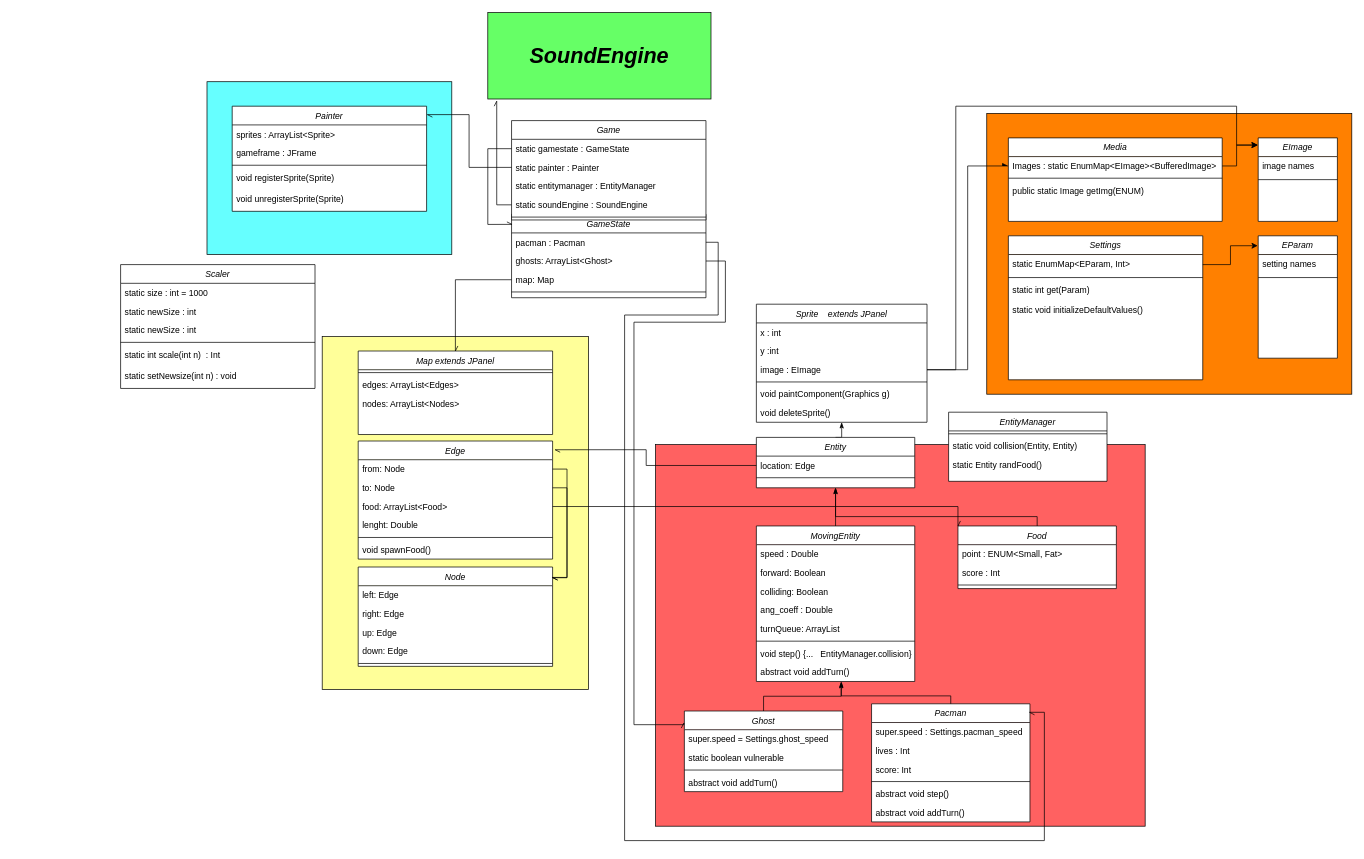
Before: ClassDiagram.drawio in cerfedino/SwingPacman, a draw.io diagram. Source tidied: cells renumbered, new cells numbered last; positions are measured from the earlier drawing's top-left corner, leaving out a move shared by most shapes. Both pictures are drawn from the tidied source at 72%, with x=0, y=0 at pixel (120, 12).
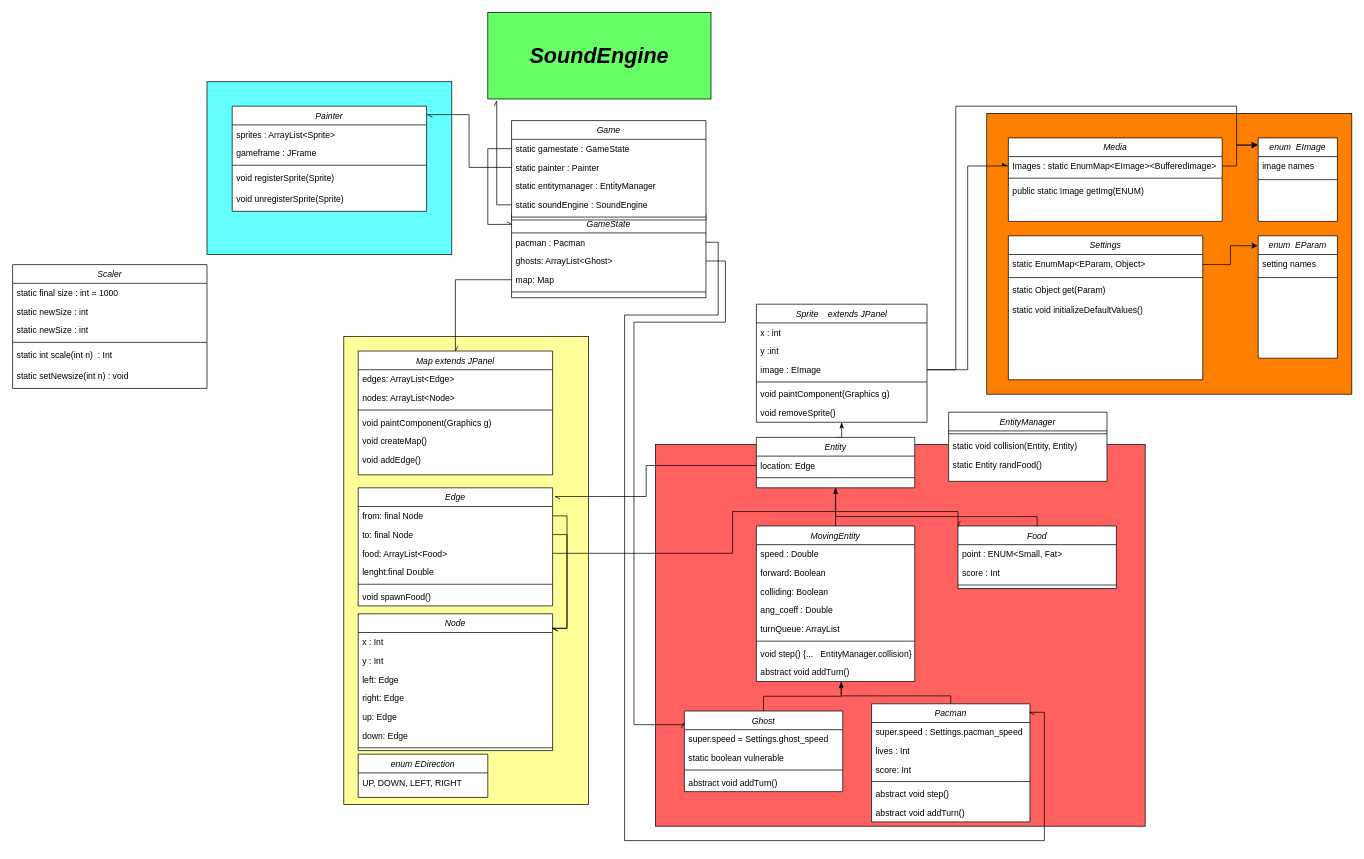
The same diagram, later.

The change refers to these unchanged cells:
```xml
<mxCell id="5" value="Sprite    extends JPanel" style="swimlane;fontStyle=2;align=center;verticalAlign=top;horizontal=1;startSize=26;rounded=0;shadow=0;strokeWidth=1;swimlaneFillColor=#ffffff;" parent="1" vertex="1">
  <mxGeometry x="883" y="405" width="237" height="164" as="geometry" />
</mxCell>
<mxCell id="47" value="location: Edge" style="text;align=left;verticalAlign=top;spacingLeft=4;spacingRight=4;overflow=hidden;points=[[0,0.5],[1,0.5]];portConstraint=eastwest;rounded=0;shadow=0;html=0;" parent="46" vertex="1">
  <mxGeometry y="26" width="220" height="26" as="geometry" />
</mxCell>
<mxCell id="50" value="Food" style="swimlane;fontStyle=2;align=center;verticalAlign=top;horizontal=1;startSize=26;rounded=0;shadow=0;strokeWidth=1;swimlaneFillColor=#ffffff;" parent="1" vertex="1">
  <mxGeometry x="1163" y="713" width="220" height="87" as="geometry" />
</mxCell>
<mxCell id="54" value="Settings" style="swimlane;fontStyle=2;align=center;verticalAlign=top;horizontal=1;startSize=26;rounded=0;shadow=0;strokeWidth=1;swimlaneFillColor=#ffffff;" parent="1" vertex="1">
  <mxGeometry x="1233" y="310" width="270" height="200" as="geometry" />
</mxCell>
<mxCell id="71" value="food: ArrayList&lt;Food&gt;" style="text;align=left;verticalAlign=top;spacingLeft=4;spacingRight=4;overflow=hidden;points=[[0,0.5],[1,0.5]];portConstraint=eastwest;" parent="68" vertex="1">
  <mxGeometry y="78" width="270" height="26" as="geometry" />
</mxCell>
```

What changed in the source:
```diff
@@
     <mxCell id="4" style="rounded=0;whiteSpace=wrap;html=1;fillColor=#FFFF99;" parent="1" vertex="1">
-      <mxGeometry x="280" y="450" width="370" height="490" as="geometry" />
+      <mxGeometry x="310" y="450" width="340" height="650" as="geometry" />
     </mxCell>
@@
-    <mxCell id="11" value="void deleteSprite()" style="text;align=left;verticalAlign=top;spacingLeft=4;spacingRight=4;overflow=hidden;rounded=0;shadow=0;html=0;" parent="5" vertex="1">
+    <mxCell id="11" value="void removeSprite()" style="text;align=left;verticalAlign=top;spacingLeft=4;spacingRight=4;overflow=hidden;rounded=0;shadow=0;html=0;" parent="5" vertex="1">
       <mxGeometry y="138" width="237" height="26" as="geometry" />
     </mxCell>
@@
-    <mxCell id="55" value="static EnumMap&lt;EParam, Int&gt;" style="text;align=left;verticalAlign=top;spacingLeft=4;spacingRight=4;overflow=hidden;points=[[0,0.5],[1,0.5]];portConstraint=eastwest;rounded=0;shadow=0;html=0;" parent="54" vertex="1">
+    <mxCell id="55" value="static EnumMap&lt;EParam, Object&gt;" style="text;align=left;verticalAlign=top;spacingLeft=4;spacingRight=4;overflow=hidden;points=[[0,0.5],[1,0.5]];portConstraint=eastwest;rounded=0;shadow=0;html=0;" parent="54" vertex="1">
       <mxGeometry y="26" width="270" height="28" as="geometry" />
     </mxCell>
@@
-    <mxCell id="57" value="static int get(Param)" style="text;align=left;verticalAlign=top;spacingLeft=4;spacingRight=4;overflow=hidden;rounded=0;shadow=0;html=0;" parent="54" vertex="1">
+    <mxCell id="57" value="static Object get(Param)" style="text;align=left;verticalAlign=top;spacingLeft=4;spacingRight=4;overflow=hidden;rounded=0;shadow=0;html=0;" parent="54" vertex="1">
       <mxGeometry y="62" width="270" height="28" as="geometry" />
     </mxCell>
@@
     <mxCell id="59" value="Map extends JPanel" style="swimlane;fontStyle=2;align=center;verticalAlign=top;horizontal=1;startSize=26;rounded=0;shadow=0;strokeWidth=1;swimlaneFillColor=#ffffff;" parent="1" vertex="1">
-      <mxGeometry x="330" y="470" width="270" height="116" as="geometry" />
+      <mxGeometry x="330" y="470" width="270" height="172" as="geometry" />
     </mxCell>
-    <mxCell id="60" style="line;html=1;strokeWidth=1;align=left;verticalAlign=middle;spacingTop=-1;spacingLeft=3;spacingRight=3;labelPosition=right;" parent="59" vertex="1">
-      <mxGeometry y="26" width="270" height="8" as="geometry" />
-    </mxCell>
-    <mxCell id="61" value="edges: ArrayList&lt;Edges&gt;" style="text;align=left;verticalAlign=top;spacingLeft=4;spacingRight=4;overflow=hidden;" parent="59" vertex="1">
-      <mxGeometry y="34" width="270" height="26" as="geometry" />
+    <mxCell id="61" value="edges: ArrayList&lt;Edge&gt;" style="text;align=left;verticalAlign=top;spacingLeft=4;spacingRight=4;overflow=hidden;" parent="59" vertex="1">
+      <mxGeometry y="26" width="270" height="26" as="geometry" />
     </mxCell>
-    <mxCell id="62" value="nodes: ArrayList&lt;Nodes&gt;" style="text;align=left;verticalAlign=top;spacingLeft=4;spacingRight=4;overflow=hidden;" parent="59" vertex="1">
-      <mxGeometry y="60" width="270" height="26" as="geometry" />
+    <mxCell id="62" value="nodes: ArrayList&lt;Node&gt;" style="text;align=left;verticalAlign=top;spacingLeft=4;spacingRight=4;overflow=hidden;" parent="59" vertex="1">
+      <mxGeometry y="52" width="270" height="26" as="geometry" />
     </mxCell>
+    <mxCell id="122" style="line;html=1;strokeWidth=1;align=left;verticalAlign=middle;spacingTop=-1;spacingLeft=3;spacingRight=3;labelPosition=right;" parent="59" vertex="1">
+      <mxGeometry y="78" width="270" height="8" as="geometry" />
+    </mxCell>
+    <mxCell id="123" value="void paintComponent(Graphics g)" style="text;align=left;verticalAlign=top;spacingLeft=4;spacingRight=4;overflow=hidden;rounded=0;shadow=0;html=0;" parent="59" vertex="1">
+      <mxGeometry y="86" width="270" height="26" as="geometry" />
+    </mxCell>
+    <mxCell id="124" value="void createMap()" style="text;align=left;verticalAlign=top;spacingLeft=4;spacingRight=4;overflow=hidden;" parent="59" vertex="1">
+      <mxGeometry y="112" width="270" height="26" as="geometry" />
+    </mxCell>
+    <mxCell id="125" value="void addEdge()" style="text;align=left;verticalAlign=top;spacingLeft=4;spacingRight=4;overflow=hidden;" parent="59" vertex="1">
+      <mxGeometry y="138" width="270" height="26" as="geometry" />
+    </mxCell>
@@
     <mxCell id="68" value="Edge" style="swimlane;fontStyle=2;align=center;verticalAlign=top;horizontal=1;startSize=26;rounded=0;shadow=0;strokeWidth=1;swimlaneFillColor=#ffffff;" parent="1" vertex="1">
-      <mxGeometry x="330" y="595" width="270" height="164" as="geometry" />
+      <mxGeometry x="330" y="660" width="270" height="164" as="geometry" />
     </mxCell>
-    <mxCell id="69" value="from: Node" style="text;align=left;verticalAlign=top;spacingLeft=4;spacingRight=4;overflow=hidden;points=[[0,0.5],[1,0.5]];portConstraint=eastwest;" parent="68" vertex="1">
+    <mxCell id="69" value="from: final Node" style="text;align=left;verticalAlign=top;spacingLeft=4;spacingRight=4;overflow=hidden;points=[[0,0.5],[1,0.5]];portConstraint=eastwest;" parent="68" vertex="1">
       <mxGeometry y="26" width="270" height="26" as="geometry" />
     </mxCell>
-    <mxCell id="70" value="to: Node" style="text;align=left;verticalAlign=top;spacingLeft=4;spacingRight=4;overflow=hidden;points=[[0,0.5],[1,0.5]];portConstraint=eastwest;" parent="68" vertex="1">
+    <mxCell id="70" value="to: final Node" style="text;align=left;verticalAlign=top;spacingLeft=4;spacingRight=4;overflow=hidden;points=[[0,0.5],[1,0.5]];portConstraint=eastwest;" parent="68" vertex="1">
       <mxGeometry y="52" width="270" height="26" as="geometry" />
     </mxCell>
@@
-    <mxCell id="72" value="lenght: Double" style="text;align=left;verticalAlign=top;spacingLeft=4;spacingRight=4;overflow=hidden;" parent="68" vertex="1">
+    <mxCell id="72" value="lenght:final Double" style="text;align=left;verticalAlign=top;spacingLeft=4;spacingRight=4;overflow=hidden;" parent="68" vertex="1">
       <mxGeometry y="104" width="270" height="26" as="geometry" />
     </mxCell>
@@
     <mxCell id="75" value="Node" style="swimlane;fontStyle=2;align=center;verticalAlign=top;horizontal=1;startSize=26;rounded=0;shadow=0;strokeWidth=1;swimlaneFillColor=#ffffff;" parent="1" vertex="1">
-      <mxGeometry x="330" y="770" width="270" height="138" as="geometry" />
+      <mxGeometry x="330" y="835" width="270" height="190" as="geometry" />
     </mxCell>
+    <mxCell id="126" value="x : Int" style="text;align=left;verticalAlign=top;spacingLeft=4;spacingRight=4;overflow=hidden;" parent="75" vertex="1">
+      <mxGeometry y="26" width="270" height="26" as="geometry" />
+    </mxCell>
+    <mxCell id="127" value="y : Int" style="text;align=left;verticalAlign=top;spacingLeft=4;spacingRight=4;overflow=hidden;" parent="75" vertex="1">
+      <mxGeometry y="52" width="270" height="26" as="geometry" />
+    </mxCell>
     <mxCell id="76" value="left: Edge" style="text;align=left;verticalAlign=top;spacingLeft=4;spacingRight=4;overflow=hidden;" parent="75" vertex="1">
-      <mxGeometry y="26" width="270" height="26" as="geometry" />
+      <mxGeometry y="78" width="270" height="26" as="geometry" />
     </mxCell>
     <mxCell id="77" value="right: Edge" style="text;align=left;verticalAlign=top;spacingLeft=4;spacingRight=4;overflow=hidden;" parent="75" vertex="1">
-      <mxGeometry y="52" width="270" height="26" as="geometry" />
+      <mxGeometry y="104" width="270" height="26" as="geometry" />
     </mxCell>
     <mxCell id="78" value="up: Edge" style="text;align=left;verticalAlign=top;spacingLeft=4;spacingRight=4;overflow=hidden;" parent="75" vertex="1">
-      <mxGeometry y="78" width="270" height="26" as="geometry" />
+      <mxGeometry y="130" width="270" height="26" as="geometry" />
     </mxCell>
     <mxCell id="79" value="down: Edge" style="text;align=left;verticalAlign=top;spacingLeft=4;spacingRight=4;overflow=hidden;" parent="75" vertex="1">
-      <mxGeometry y="104" width="270" height="26" as="geometry" />
+      <mxGeometry y="156" width="270" height="26" as="geometry" />
     </mxCell>
     <mxCell id="80" style="line;html=1;strokeWidth=1;align=left;verticalAlign=middle;spacingTop=-1;spacingLeft=3;spacingRight=3;labelPosition=right;" parent="75" vertex="1">
-      <mxGeometry y="130" width="270" height="8" as="geometry" />
+      <mxGeometry y="182" width="270" height="8" as="geometry" />
     </mxCell>
     <mxCell id="81" style="edgeStyle=orthogonalEdgeStyle;rounded=0;jettySize=auto;html=1;exitX=1;exitY=0.5;exitDx=0;exitDy=0;entryX=0;entryY=0;entryDx=0;entryDy=0;endArrow=openAsync;endFill=0;" parent="1" edge="1" source="71" target="50">
-      <mxGeometry relative="1" as="geometry" />
+      <mxGeometry relative="1" as="geometry">
+        <Array as="points">
+          <mxPoint x="850" y="751" />
+          <mxPoint x="850" y="693" />
+          <mxPoint x="1163" y="693" />
+        </Array>
+      </mxGeometry>
     </mxCell>
@@
     <mxCell id="87" style="edgeStyle=orthogonalEdgeStyle;rounded=0;jettySize=auto;html=1;exitX=0;exitY=0.5;exitDx=0;exitDy=0;entryX=1.013;entryY=0.074;entryDx=0;entryDy=0;entryPerimeter=0;endArrow=openAsync;endFill=0;" parent="1" edge="1" source="47" target="68">
       <mxGeometry relative="1" as="geometry">
         <Array as="points">
           <mxPoint x="730" y="629" />
-          <mxPoint x="730" y="607" />
+          <mxPoint x="730" y="672" />
         </Array>
       </mxGeometry>
     </mxCell>
@@
-    <mxCell id="106" value="EParam" style="swimlane;fontStyle=2;align=center;verticalAlign=top;horizontal=1;startSize=26;rounded=0;shadow=0;strokeWidth=1;swimlaneFillColor=#ffffff;" parent="1" vertex="1">
+    <mxCell id="106" value="enum  EParam" style="swimlane;fontStyle=2;align=center;verticalAlign=top;horizontal=1;startSize=26;rounded=0;shadow=0;strokeWidth=1;swimlaneFillColor=#ffffff;" parent="1" vertex="1">
       <mxGeometry x="1580" y="310" width="110" height="170" as="geometry" />
     </mxCell>
@@
-    <mxCell id="110" value="EImage" style="swimlane;fontStyle=2;align=center;verticalAlign=top;horizontal=1;startSize=26;rounded=0;shadow=0;strokeWidth=1;swimlaneFillColor=#ffffff;" parent="1" vertex="1">
+    <mxCell id="110" value="enum  EImage" style="swimlane;fontStyle=2;align=center;verticalAlign=top;horizontal=1;startSize=26;rounded=0;shadow=0;strokeWidth=1;swimlaneFillColor=#ffffff;" parent="1" vertex="1">
       <mxGeometry x="1580" y="174" width="110" height="116" as="geometry" />
     </mxCell>
@@
     <mxCell id="115" value="Scaler" style="swimlane;fontStyle=2;align=center;verticalAlign=top;horizontal=1;startSize=26;rounded=0;shadow=0;strokeWidth=1;swimlaneFillColor=#ffffff;" parent="1" vertex="1">
-      <mxGeometry y="350" width="270" height="172" as="geometry" />
+      <mxGeometry x="-150" y="350" width="270" height="172" as="geometry" />
     </mxCell>
-    <mxCell id="116" value="static size : int = 1000" style="text;align=left;verticalAlign=top;spacingLeft=4;spacingRight=4;overflow=hidden;" parent="115" vertex="1">
+    <mxCell id="116" value="static final size : int = 1000" style="text;align=left;verticalAlign=top;spacingLeft=4;spacingRight=4;overflow=hidden;" parent="115" vertex="1">
       <mxGeometry y="26" width="270" height="26" as="geometry" />
     </mxCell>
@@
+    <mxCell id="128" value="enum EDirection" style="swimlane;fontStyle=2;align=center;verticalAlign=top;horizontal=1;startSize=26;rounded=0;shadow=0;strokeWidth=1;swimlaneFillColor=#ffffff;" parent="1" vertex="1">
+      <mxGeometry x="330" y="1030" width="180" height="60" as="geometry" />
+    </mxCell>
+    <mxCell id="129" value="UP, DOWN, LEFT, RIGHT" style="text;align=left;verticalAlign=top;spacingLeft=4;spacingRight=4;overflow=hidden;" parent="128" vertex="1">
+      <mxGeometry y="26" width="180" height="26" as="geometry" />
+    </mxCell>
```
